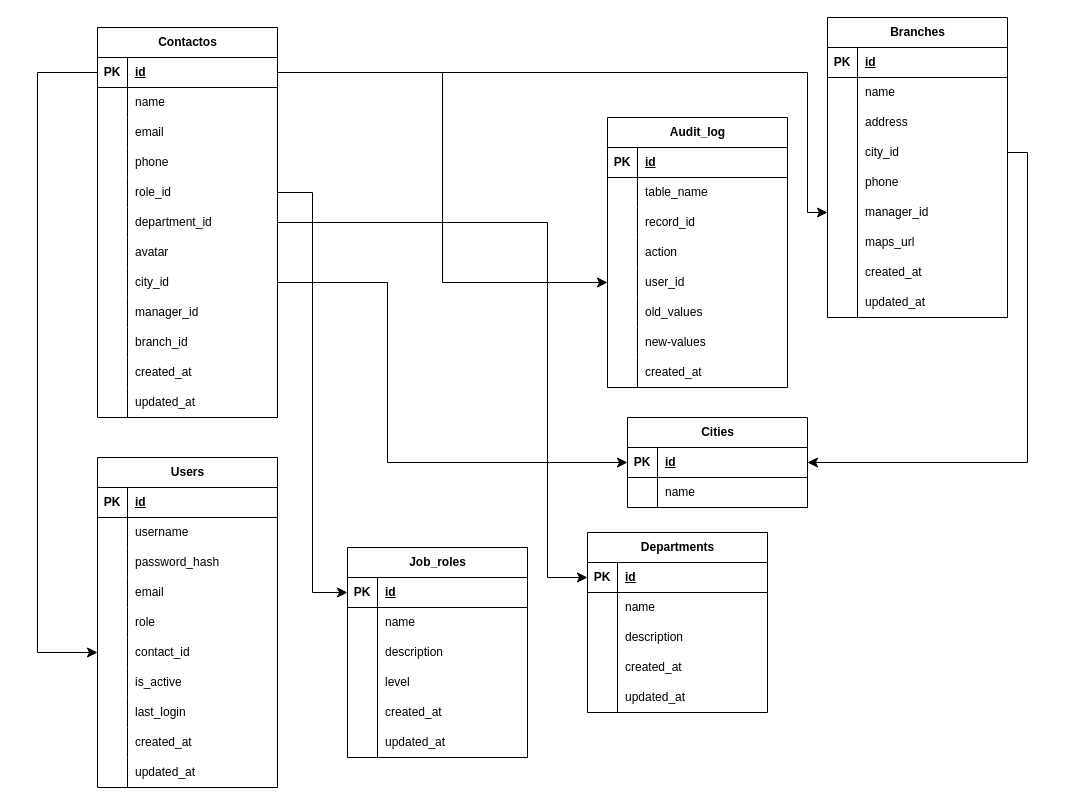
Before: Untitled Diagram.drawio in RodJustiniano/Work, a draw.io diagram. Source tidied: cells renumbered, new cells numbered last; positions are measured from the earlier drawing's top-left corner, leaving out a move shared by most shapes. Both pictures are drawn from the tidied source at 100%, with x=0, y=0 at pixel (37, 17).
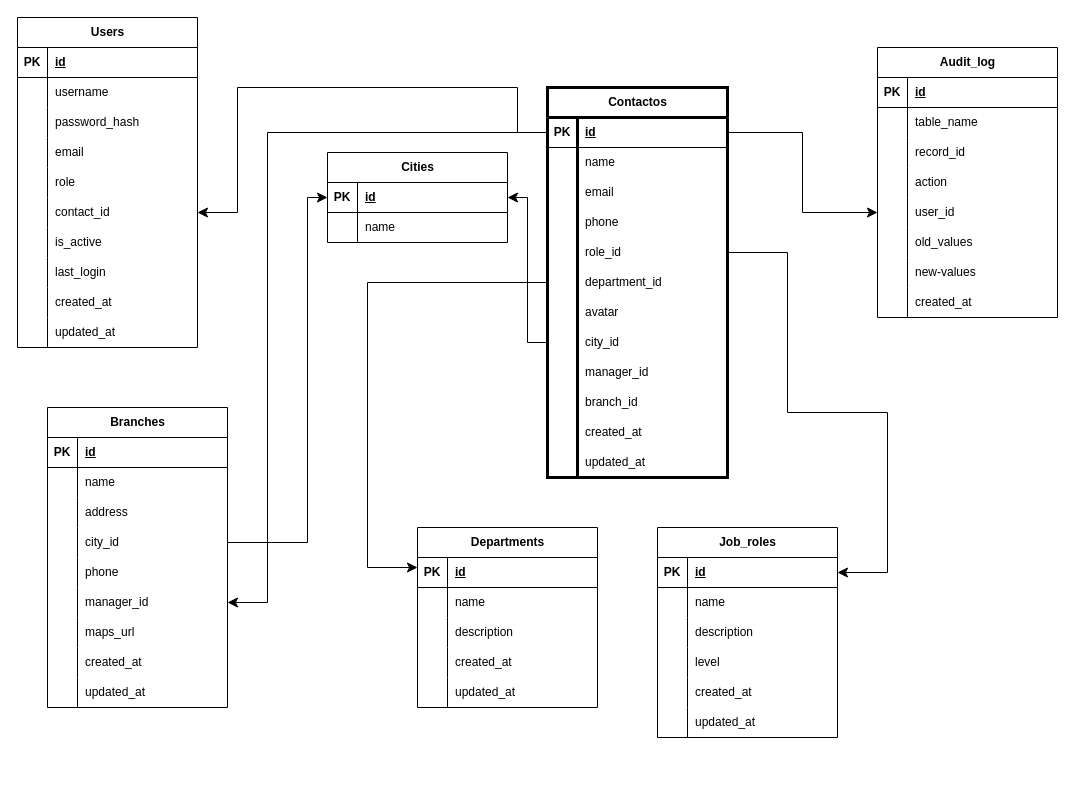
The same page after the edit.

The change refers to these unchanged cells:
```xml
<mxCell id="12" style="shape=tableRow;horizontal=0;startSize=0;swimlaneHead=0;swimlaneBody=0;fillColor=none;points=[[0,0.5],[1,0.5]];portConstraint=eastwest;top=0;left=0;right=0;bottom=0;" parent="2" vertex="1">
  <mxGeometry y="120" width="180" height="30" as="geometry" />
</mxCell>
<mxCell id="18" style="shape=tableRow;horizontal=0;startSize=0;swimlaneHead=0;swimlaneBody=0;fillColor=none;points=[[0,0.5],[1,0.5]];portConstraint=eastwest;top=0;left=0;right=0;bottom=0;" parent="2" vertex="1">
  <mxGeometry y="180" width="180" height="30" as="geometry" />
</mxCell>
<mxCell id="46" style="shape=tableRow;horizontal=0;startSize=0;swimlaneHead=0;swimlaneBody=0;fillColor=none;points=[[0,0.5],[1,0.5]];portConstraint=eastwest;top=0;left=0;right=0;bottom=0;" parent="30" vertex="1">
  <mxGeometry y="180" width="180" height="30" as="geometry" />
</mxCell>
<mxCell id="87" style="shape=tableRow;horizontal=0;startSize=0;swimlaneHead=0;swimlaneBody=0;fillColor=none;points=[[0,0.5],[1,0.5]];portConstraint=eastwest;top=0;left=0;right=0;bottom=1;" parent="86" vertex="1">
  <mxGeometry y="30" width="180" height="30" as="geometry" />
</mxCell>
<mxCell id="99" style="shape=tableRow;horizontal=0;startSize=0;swimlaneHead=0;swimlaneBody=0;fillColor=none;points=[[0,0.5],[1,0.5]];portConstraint=eastwest;top=0;left=0;right=0;bottom=0;" parent="86" vertex="1">
  <mxGeometry y="150" width="180" height="30" as="geometry" />
</mxCell>
<mxCell id="102" style="shape=tableRow;horizontal=0;startSize=0;swimlaneHead=0;swimlaneBody=0;fillColor=none;points=[[0,0.5],[1,0.5]];portConstraint=eastwest;top=0;left=0;right=0;bottom=0;" parent="86" vertex="1">
  <mxGeometry y="180" width="180" height="30" as="geometry" />
</mxCell>
<mxCell id="108" style="shape=tableRow;horizontal=0;startSize=0;swimlaneHead=0;swimlaneBody=0;fillColor=none;points=[[0,0.5],[1,0.5]];portConstraint=eastwest;top=0;left=0;right=0;bottom=0;" parent="86" vertex="1">
  <mxGeometry y="240" width="180" height="30" as="geometry" />
</mxCell>
<mxCell id="124" style="shape=tableRow;horizontal=0;startSize=0;swimlaneHead=0;swimlaneBody=0;fillColor=none;points=[[0,0.5],[1,0.5]];portConstraint=eastwest;top=0;left=0;right=0;bottom=1;" parent="123" vertex="1">
  <mxGeometry y="30" width="180" height="30" as="geometry" />
</mxCell>
<mxCell id="140" style="shape=tableRow;horizontal=0;startSize=0;swimlaneHead=0;swimlaneBody=0;fillColor=none;points=[[0,0.5],[1,0.5]];portConstraint=eastwest;top=0;left=0;right=0;bottom=1;" parent="139" vertex="1">
  <mxGeometry y="30" width="180" height="30" as="geometry" />
</mxCell>
<mxCell id="163" style="shape=tableRow;horizontal=0;startSize=0;swimlaneHead=0;swimlaneBody=0;fillColor=none;points=[[0,0.5],[1,0.5]];portConstraint=eastwest;top=0;left=0;right=0;bottom=1;" parent="162" vertex="1">
  <mxGeometry y="30" width="180" height="30" as="geometry" />
</mxCell>
```

Diff of the diagram source:
```diff
@@
     <mxCell id="2" value="Branches" style="shape=table;startSize=30;childLayout=tableLayout;rowLines=0;fontStyle=1;align=center;html=1;" parent="1" vertex="1">
-      <mxGeometry x="790" width="180" height="300" as="geometry" />
+      <mxGeometry x="10" y="390" width="180" height="300" as="geometry" />
     </mxCell>
@@
     <mxCell id="30" value="Users" style="shape=table;startSize=30;childLayout=tableLayout;rowLines=0;fontStyle=1;align=center;html=1;" parent="1" vertex="1">
-      <mxGeometry x="60" y="440" width="180" height="330" as="geometry" />
+      <mxGeometry x="-20" width="180" height="330" as="geometry" />
     </mxCell>
@@
     <mxCell id="61" value="Audit_log" style="shape=table;startSize=30;childLayout=tableLayout;rowLines=0;fontStyle=1;align=center;html=1;" parent="1" vertex="1">
-      <mxGeometry x="570" y="100" width="180" height="270" as="geometry" />
+      <mxGeometry x="840" y="30" width="180" height="270" as="geometry" />
     </mxCell>
@@
-    <mxCell id="86" value="Contactos" style="shape=table;startSize=30;childLayout=tableLayout;rowLines=0;fontStyle=1;align=center;html=1;" parent="1" vertex="1">
-      <mxGeometry x="60" y="10" width="180" height="390" as="geometry" />
+    <mxCell id="86" value="Contactos" style="shape=table;startSize=30;childLayout=tableLayout;rowLines=0;fontStyle=1;align=center;html=1;strokeWidth=3;" parent="1" vertex="1">
+      <mxGeometry x="510" y="70" width="180" height="390" as="geometry" />
     </mxCell>
@@
     <mxCell id="123" value="Departments" style="shape=table;startSize=30;childLayout=tableLayout;rowLines=0;fontStyle=1;align=center;html=1;" parent="1" vertex="1">
-      <mxGeometry x="550" y="515" width="180" height="180" as="geometry" />
+      <mxGeometry x="380" y="510" width="180" height="180" as="geometry" />
     </mxCell>
@@
     <mxCell id="139" value="Job_roles" style="shape=table;startSize=30;childLayout=tableLayout;rowLines=0;fontStyle=1;align=center;html=1;" parent="1" vertex="1">
-      <mxGeometry x="310" y="530" width="180" height="210" as="geometry" />
+      <mxGeometry x="620" y="510" width="180" height="210" as="geometry" />
     </mxCell>
@@
-    <mxCell id="159" style="edgeStyle=orthogonalEdgeStyle;rounded=0;jettySize=auto;html=1;exitX=0;exitY=0.5;exitDx=0;exitDy=0;fontSize=12;startSize=8;endSize=8;" parent="1" edge="1" source="87" target="46">
-      <mxGeometry relative="1" as="geometry">
-        <Array as="points">
-          <mxPoint y="55" />
-          <mxPoint y="635" />
-        </Array>
-      </mxGeometry>
-    </mxCell>
-    <mxCell id="160" style="edgeStyle=orthogonalEdgeStyle;rounded=0;jettySize=auto;html=1;exitX=1;exitY=0.5;exitDx=0;exitDy=0;entryX=0;entryY=0.5;entryDx=0;entryDy=0;fontSize=12;startSize=8;endSize=8;" parent="1" edge="1" source="99" target="140">
-      <mxGeometry relative="1" as="geometry" />
+    <mxCell id="160" style="edgeStyle=orthogonalEdgeStyle;rounded=0;jettySize=auto;html=1;entryX=1;entryY=0.5;entryDx=0;entryDy=0;fontSize=12;startSize=8;endSize=8;" parent="1" edge="1" source="99" target="140">
+      <mxGeometry relative="1" as="geometry">
+        <Array as="points">
+          <mxPoint x="750" y="235" />
+          <mxPoint x="750" y="395" />
+          <mxPoint x="850" y="395" />
+          <mxPoint x="850" y="555" />
+        </Array>
+      </mxGeometry>
     </mxCell>
-    <mxCell id="161" style="edgeStyle=orthogonalEdgeStyle;rounded=0;jettySize=auto;html=1;exitX=1;exitY=0.5;exitDx=0;exitDy=0;fontSize=12;startSize=8;endSize=8;" parent="1" edge="1" source="102" target="124">
+    <mxCell id="161" style="edgeStyle=orthogonalEdgeStyle;rounded=0;jettySize=auto;html=1;fontSize=12;startSize=8;endSize=8;" parent="1" edge="1" source="102" target="124">
       <mxGeometry relative="1" as="geometry">
         <Array as="points">
-          <mxPoint x="510" y="205" />
-          <mxPoint x="510" y="560" />
+          <mxPoint x="330" y="265" />
+          <mxPoint x="330" y="550" />
         </Array>
       </mxGeometry>
     </mxCell>
+    <mxCell id="169" style="edgeStyle=orthogonalEdgeStyle;rounded=0;jettySize=auto;html=1;fontSize=12;startSize=8;endSize=8;" parent="1" edge="1" source="108" target="163">
+      <mxGeometry relative="1" as="geometry">
+        <Array as="points">
+          <mxPoint x="490" y="325" />
+          <mxPoint x="490" y="180" />
+        </Array>
+      </mxGeometry>
+    </mxCell>
+    <mxCell id="170" style="edgeStyle=orthogonalEdgeStyle;rounded=0;jettySize=auto;html=1;exitX=1;exitY=0.5;exitDx=0;exitDy=0;fontSize=12;startSize=8;endSize=8;" parent="1" edge="1" source="12" target="163">
+      <mxGeometry relative="1" as="geometry">
+        <Array as="points">
+          <mxPoint x="270" y="525" />
+          <mxPoint x="270" y="180" />
+        </Array>
+      </mxGeometry>
+    </mxCell>
     <mxCell id="162" value="Cities" style="shape=table;startSize=30;childLayout=tableLayout;rowLines=0;fontStyle=1;align=center;html=1;" parent="1" vertex="1">
-      <mxGeometry x="590" y="400" width="180" height="90" as="geometry" />
+      <mxGeometry x="290" y="135" width="180" height="90" as="geometry" />
     </mxCell>
@@
-    <mxCell id="169" style="edgeStyle=orthogonalEdgeStyle;rounded=0;jettySize=auto;html=1;exitX=1;exitY=0.5;exitDx=0;exitDy=0;fontSize=12;startSize=8;endSize=8;" parent="1" edge="1" source="108" target="163">
-      <mxGeometry relative="1" as="geometry">
-        <Array as="points">
-          <mxPoint x="350" y="265" />
-          <mxPoint x="350" y="445" />
-        </Array>
-      </mxGeometry>
-    </mxCell>
-    <mxCell id="170" style="edgeStyle=orthogonalEdgeStyle;rounded=0;jettySize=auto;html=1;exitX=1;exitY=0.5;exitDx=0;exitDy=0;fontSize=12;startSize=8;endSize=8;" parent="1" edge="1" source="12" target="163">
-      <mxGeometry relative="1" as="geometry" />
-    </mxCell>
-    <mxCell id="171" style="edgeStyle=orthogonalEdgeStyle;rounded=0;jettySize=auto;html=1;exitX=1;exitY=0.5;exitDx=0;exitDy=0;fontSize=12;startSize=8;endSize=8;" parent="1" edge="1" source="87" target="18">
+    <mxCell id="171" style="edgeStyle=orthogonalEdgeStyle;rounded=0;jettySize=auto;html=1;exitX=0;exitY=0.5;exitDx=0;exitDy=0;fontSize=12;startSize=8;endSize=8;entryX=1;entryY=0.5;entryDx=0;entryDy=0;" parent="1" edge="1" source="87" target="18">
       <mxGeometry relative="1" as="geometry">
         <Array as="points">
-          <mxPoint x="770" y="55" />
-          <mxPoint x="770" y="195" />
+          <mxPoint x="230" y="115" />
+          <mxPoint x="230" y="585" />
         </Array>
       </mxGeometry>
     </mxCell>
+    <mxCell id="159" style="edgeStyle=orthogonalEdgeStyle;rounded=0;jettySize=auto;html=1;exitX=0;exitY=0.5;exitDx=0;exitDy=0;entryX=1;entryY=0.5;entryDx=0;entryDy=0;fontSize=12;startSize=8;endSize=8;" parent="1" edge="1" source="87" target="46">
+      <mxGeometry relative="1" as="geometry">
+        <Array as="points">
+          <mxPoint x="480" y="115" />
+          <mxPoint x="480" y="70" />
+          <mxPoint x="200" y="70" />
+          <mxPoint x="200" y="195" />
+        </Array>
+      </mxGeometry>
+    </mxCell>
```
